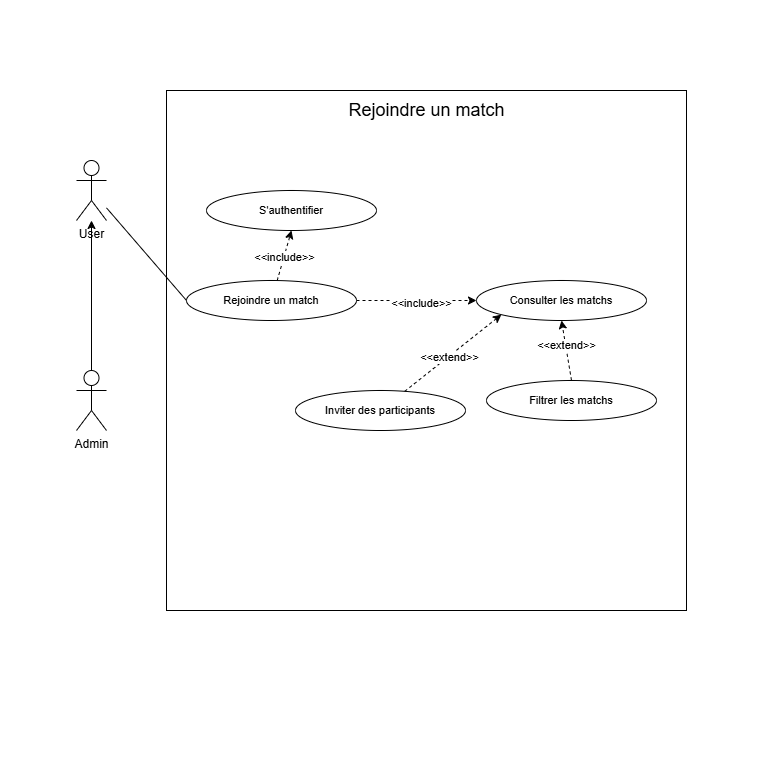
Above: Diagram use case Rejoindre un match.drawio.png in Mathistrg/Styx (draw.io), before the change. Source tidied: cells renumbered, new cells last; positions are measured from the earlier drawing's top-left corner, leaving out a move shared by most shapes. Its diagram source:
```xml
<mxGraphModel>
  <root>
    <mxCell id="0" />
    <mxCell id="1" parent="0" />
    <mxCell id="2" style="whiteSpace=wrap;html=1;strokeColor=none;" parent="1" vertex="1">
      <mxGeometry width="760" height="760" as="geometry" />
    </mxCell>
    <mxCell id="3" style="whiteSpace=wrap;html=1;" parent="1" vertex="1">
      <mxGeometry x="166" y="90" width="520" height="520" as="geometry" />
    </mxCell>
    <mxCell id="4" value="&lt;font style=&quot;font-size: 18px;&quot;&gt;Rejoindre un match&lt;/font&gt;" style="text;html=1;align=center;verticalAlign=middle;strokeColor=none;fillColor=none;" parent="1" vertex="1">
      <mxGeometry x="336" y="90" width="180" height="40" as="geometry" />
    </mxCell>
    <mxCell id="5" style="rounded=0;jettySize=auto;html=1;endArrow=none;endFill=0;entryX=0.5;entryY=0;entryDx=0;entryDy=0;entryPerimeter=0;startArrow=classic;startFill=1;" parent="1" edge="1" source="7" target="13">
      <mxGeometry relative="1" as="geometry" />
    </mxCell>
    <mxCell id="6" style="edgeStyle=none;shape=connector;rounded=0;jettySize=auto;html=1;entryX=0;entryY=0.5;entryDx=0;entryDy=0;strokeColor=default;align=center;verticalAlign=middle;fontFamily=Helvetica;fontSize=11;fontColor=default;labelBackgroundColor=default;endArrow=none;endFill=0;" parent="1" edge="1" source="7" target="12">
      <mxGeometry relative="1" as="geometry" />
    </mxCell>
    <mxCell id="7" value="User" style="shape=umlActor;verticalLabelPosition=bottom;verticalAlign=top;html=1;outlineConnect=0;" parent="1" vertex="1">
      <mxGeometry x="76" y="160" width="30" height="60" as="geometry" />
    </mxCell>
    <mxCell id="8" style="edgeStyle=none;shape=connector;rounded=0;jettySize=auto;html=1;entryX=0.5;entryY=1;entryDx=0;entryDy=0;dashed=1;strokeColor=default;align=center;verticalAlign=middle;fontFamily=Helvetica;fontSize=11;fontColor=default;labelBackgroundColor=default;endArrow=classic;endFill=1;" parent="1" edge="1" source="12" target="14">
      <mxGeometry relative="1" as="geometry" />
    </mxCell>
    <mxCell id="9" value="&amp;lt;&amp;lt;include&amp;gt;&amp;gt;" style="edgeLabel;html=1;align=center;verticalAlign=middle;fontFamily=Helvetica;fontSize=11;fontColor=default;labelBackgroundColor=default;" parent="8" vertex="1">
      <mxGeometry x="-0.06" relative="1" as="geometry" />
    </mxCell>
    <mxCell id="10" style="edgeStyle=none;shape=connector;rounded=0;jettySize=auto;html=1;exitX=1;exitY=0.5;exitDx=0;exitDy=0;entryX=0;entryY=0.5;entryDx=0;entryDy=0;dashed=1;strokeColor=default;align=center;verticalAlign=middle;fontFamily=Helvetica;fontSize=11;fontColor=default;labelBackgroundColor=default;endArrow=classic;endFill=1;" parent="1" edge="1" source="12" target="17">
      <mxGeometry relative="1" as="geometry" />
    </mxCell>
    <mxCell id="11" value="&amp;lt;&amp;lt;include&amp;gt;&amp;gt;" style="edgeLabel;html=1;align=center;verticalAlign=middle;fontFamily=Helvetica;fontSize=11;fontColor=default;labelBackgroundColor=default;" parent="10" vertex="1">
      <mxGeometry x="0.07" y="-2" relative="1" as="geometry" />
    </mxCell>
    <mxCell id="12" value="Rejoindre un match" style="ellipse;whiteSpace=wrap;html=1;fontFamily=Helvetica;fontSize=11;fontColor=default;labelBackgroundColor=default;" parent="1" vertex="1">
      <mxGeometry x="186" y="280" width="170" height="40" as="geometry" />
    </mxCell>
    <mxCell id="13" value="Admin" style="shape=umlActor;verticalLabelPosition=bottom;verticalAlign=top;html=1;outlineConnect=0;" parent="1" vertex="1">
      <mxGeometry x="76" y="370" width="30" height="60" as="geometry" />
    </mxCell>
    <mxCell id="14" value="S'authentifier" style="ellipse;whiteSpace=wrap;html=1;fontFamily=Helvetica;fontSize=11;fontColor=default;labelBackgroundColor=default;" parent="1" vertex="1">
      <mxGeometry x="206" y="190" width="170" height="40" as="geometry" />
    </mxCell>
    <mxCell id="15" style="edgeStyle=none;shape=connector;rounded=0;jettySize=auto;html=1;entryX=0.5;entryY=1;entryDx=0;entryDy=0;dashed=1;strokeColor=default;align=center;verticalAlign=middle;fontFamily=Helvetica;fontSize=11;fontColor=default;labelBackgroundColor=default;endArrow=classic;endFill=1;exitX=0.5;exitY=0;exitDx=0;exitDy=0;" parent="1" edge="1" source="18" target="17">
      <mxGeometry relative="1" as="geometry" />
    </mxCell>
    <mxCell id="16" value="&amp;lt;&amp;lt;extend&amp;gt;&amp;gt;" style="edgeLabel;html=1;align=center;verticalAlign=middle;fontFamily=Helvetica;fontSize=11;fontColor=default;labelBackgroundColor=default;" parent="15" vertex="1">
      <mxGeometry x="0.17" relative="1" as="geometry" />
    </mxCell>
    <mxCell id="17" value="Consulter les matchs" style="ellipse;whiteSpace=wrap;html=1;fontFamily=Helvetica;fontSize=11;fontColor=default;labelBackgroundColor=default;" parent="1" vertex="1">
      <mxGeometry x="476" y="280" width="170" height="40" as="geometry" />
    </mxCell>
    <mxCell id="18" value="Filtrer les matchs" style="ellipse;whiteSpace=wrap;html=1;fontFamily=Helvetica;fontSize=11;fontColor=default;labelBackgroundColor=default;" parent="1" vertex="1">
      <mxGeometry x="486" y="380" width="170" height="40" as="geometry" />
    </mxCell>
    <mxCell id="19" value="Inviter des participants" style="ellipse;whiteSpace=wrap;html=1;fontFamily=Helvetica;fontSize=11;fontColor=default;labelBackgroundColor=default;" parent="1" vertex="1">
      <mxGeometry x="295" y="390" width="170" height="40" as="geometry" />
    </mxCell>
    <mxCell id="20" style="edgeStyle=none;shape=connector;rounded=0;jettySize=auto;html=1;entryX=0;entryY=1;entryDx=0;entryDy=0;dashed=1;strokeColor=default;align=center;verticalAlign=middle;fontFamily=Helvetica;fontSize=11;fontColor=default;labelBackgroundColor=default;endArrow=classic;endFill=1;" parent="1" edge="1" source="19" target="17">
      <mxGeometry relative="1" as="geometry" />
    </mxCell>
    <mxCell id="21" value="&amp;lt;&amp;lt;extend&amp;gt;&amp;gt;" style="edgeLabel;html=1;align=center;verticalAlign=middle;fontFamily=Helvetica;fontSize=11;fontColor=default;labelBackgroundColor=default;" parent="20" vertex="1">
      <mxGeometry x="-0.08" relative="1" as="geometry">
        <mxPoint y="1" as="offset" />
      </mxGeometry>
    </mxCell>
  </root>
</mxGraphModel>
```
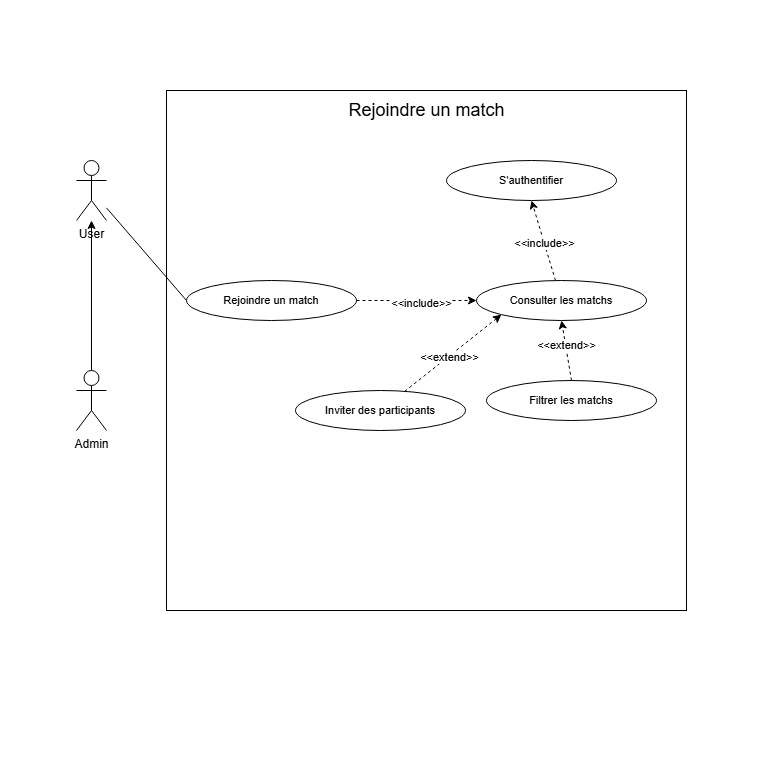
The same diagram one commit later.

Commit message:
Mettre à jour Diagram use case Rejoindre un match.drawio.png

Diff of the diagram source:
```diff
@@ -20,7 +20,7 @@
     <mxCell id="7" value="User" style="shape=umlActor;verticalLabelPosition=bottom;verticalAlign=top;html=1;outlineConnect=0;" parent="1" vertex="1">
       <mxGeometry x="76" y="160" width="30" height="60" as="geometry" />
     </mxCell>
-    <mxCell id="8" style="edgeStyle=none;shape=connector;rounded=0;jettySize=auto;html=1;entryX=0.5;entryY=1;entryDx=0;entryDy=0;dashed=1;strokeColor=default;align=center;verticalAlign=middle;fontFamily=Helvetica;fontSize=11;fontColor=default;labelBackgroundColor=default;endArrow=classic;endFill=1;" parent="1" edge="1" source="12" target="14">
+    <mxCell id="8" style="edgeStyle=none;shape=connector;rounded=0;jettySize=auto;html=1;entryX=0.5;entryY=1;entryDx=0;entryDy=0;dashed=1;strokeColor=default;align=center;verticalAlign=middle;fontFamily=Helvetica;fontSize=11;fontColor=default;labelBackgroundColor=default;endArrow=classic;endFill=1;" parent="1" edge="1" source="17" target="14">
       <mxGeometry relative="1" as="geometry" />
     </mxCell>
     <mxCell id="9" value="&amp;lt;&amp;lt;include&amp;gt;&amp;gt;" style="edgeLabel;html=1;align=center;verticalAlign=middle;fontFamily=Helvetica;fontSize=11;fontColor=default;labelBackgroundColor=default;" parent="8" vertex="1">
@@ -39,7 +39,7 @@
       <mxGeometry x="76" y="370" width="30" height="60" as="geometry" />
     </mxCell>
     <mxCell id="14" value="S'authentifier" style="ellipse;whiteSpace=wrap;html=1;fontFamily=Helvetica;fontSize=11;fontColor=default;labelBackgroundColor=default;" parent="1" vertex="1">
-      <mxGeometry x="206" y="190" width="170" height="40" as="geometry" />
+      <mxGeometry x="446" y="160" width="170" height="40" as="geometry" />
     </mxCell>
     <mxCell id="15" style="edgeStyle=none;shape=connector;rounded=0;jettySize=auto;html=1;entryX=0.5;entryY=1;entryDx=0;entryDy=0;dashed=1;strokeColor=default;align=center;verticalAlign=middle;fontFamily=Helvetica;fontSize=11;fontColor=default;labelBackgroundColor=default;endArrow=classic;endFill=1;exitX=0.5;exitY=0;exitDx=0;exitDy=0;" parent="1" edge="1" source="18" target="17">
       <mxGeometry relative="1" as="geometry" />
```
